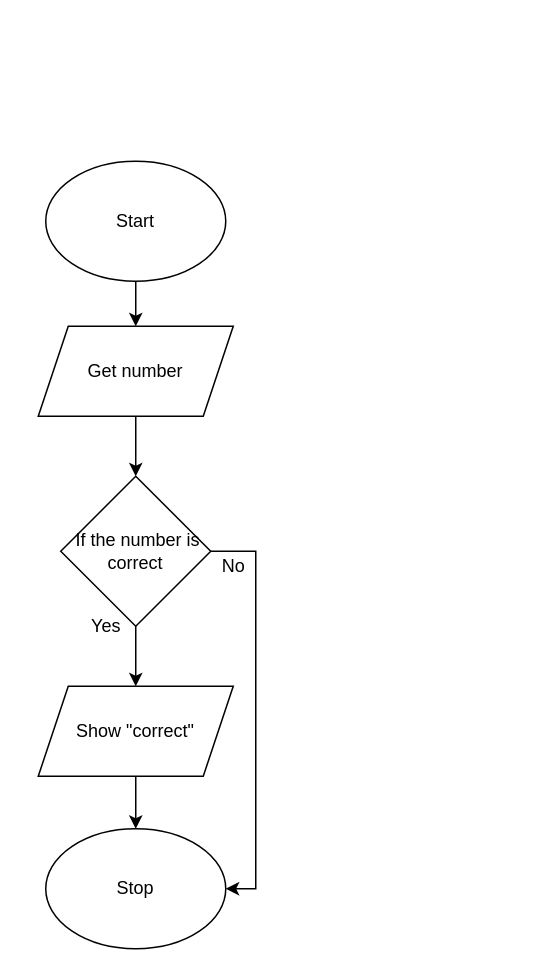
Above: flowchart.drawio in Aleksandr-Ten/ICS3U-Unit3-03-Python (draw.io), before the change. Source tidied: cells renumbered, new cells numbered last; positions are measured from the earlier drawing's top-left corner, leaving out a move shared by most shapes. Both pictures are drawn from the tidied source at 150%, with x=0, y=0 at pixel (38, 160).
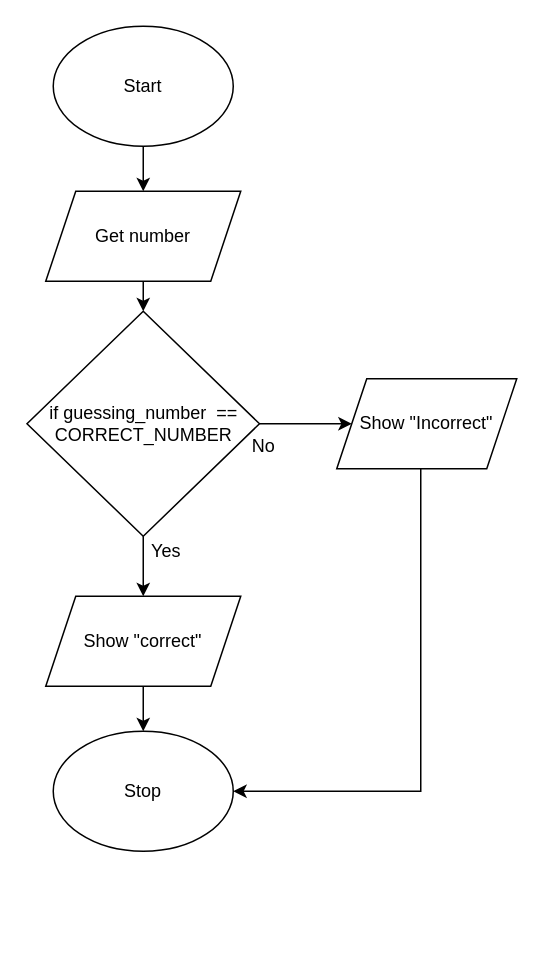
After the change.

Change to the diagram source:
```diff
@@
 <mxGraphModel>
   <root>
     <mxCell id="0" />
     <mxCell id="1" parent="0" />
     <mxCell id="2" style="edgeStyle=none;html=1;exitX=0.5;exitY=1;exitDx=0;exitDy=0;" parent="1" edge="1" source="3" target="5">
       <mxGeometry relative="1" as="geometry" />
     </mxCell>
     <mxCell id="3" value="Start" style="ellipse;whiteSpace=wrap;html=1;" parent="1" vertex="1">
-      <mxGeometry x="5" width="120" height="80" as="geometry" />
+      <mxGeometry x="10" y="-90" width="120" height="80" as="geometry" />
     </mxCell>
-    <mxCell id="4" style="edgeStyle=none;html=1;exitX=0.5;exitY=1;exitDx=0;exitDy=0;entryX=0.5;entryY=0;entryDx=0;entryDy=0;" parent="1" edge="1" source="5">
-      <mxGeometry relative="1" as="geometry">
-        <mxPoint x="65" y="210" as="targetPoint" />
-      </mxGeometry>
-    </mxCell>
+    <mxCell id="14" style="edgeStyle=none;html=1;" parent="1" edge="1" source="5" target="11">
+      <mxGeometry relative="1" as="geometry" />
+    </mxCell>
     <mxCell id="5" value="Get number" style="shape=parallelogram;perimeter=parallelogramPerimeter;whiteSpace=wrap;html=1;fixedSize=1;" parent="1" vertex="1">
-      <mxGeometry y="110" width="130" height="60" as="geometry" />
+      <mxGeometry x="5" y="20" width="130" height="60" as="geometry" />
     </mxCell>
     <mxCell id="6" style="edgeStyle=none;html=1;exitX=0.5;exitY=1;exitDx=0;exitDy=0;" parent="1" edge="1" source="11" target="8">
       <mxGeometry relative="1" as="geometry" />
     </mxCell>
     <mxCell id="7" style="edgeStyle=none;html=1;" parent="1" edge="1" source="8" target="9">
       <mxGeometry relative="1" as="geometry" />
     </mxCell>
     <mxCell id="8" value="Show &quot;correct&quot;" style="shape=parallelogram;perimeter=parallelogramPerimeter;whiteSpace=wrap;html=1;fixedSize=1;" parent="1" vertex="1">
-      <mxGeometry y="350" width="130" height="60" as="geometry" />
+      <mxGeometry x="5" y="290" width="130" height="60" as="geometry" />
     </mxCell>
     <mxCell id="9" value="Stop" style="ellipse;whiteSpace=wrap;html=1;" parent="1" vertex="1">
-      <mxGeometry x="5" y="445" width="120" height="80" as="geometry" />
+      <mxGeometry x="10" y="380" width="120" height="80" as="geometry" />
     </mxCell>
-    <mxCell id="10" style="edgeStyle=orthogonalEdgeStyle;html=1;exitX=1;exitY=0.5;exitDx=0;exitDy=0;rounded=0;entryX=1;entryY=0.5;entryDx=0;entryDy=0;" parent="1" edge="1" source="11" target="9">
-      <mxGeometry relative="1" as="geometry">
-        <Array as="points">
-          <mxPoint x="145" y="260" />
-          <mxPoint x="145" y="485" />
-        </Array>
-      </mxGeometry>
-    </mxCell>
+    <mxCell id="15" style="edgeStyle=none;html=1;exitX=1;exitY=0.5;exitDx=0;exitDy=0;" parent="1" edge="1" source="11" target="17">
+      <mxGeometry relative="1" as="geometry" />
+    </mxCell>
-    <mxCell id="11" value="&amp;nbsp;If the number is correct" style="rhombus;whiteSpace=wrap;html=1;" parent="1" vertex="1">
-      <mxGeometry x="15" y="210" width="100" height="100" as="geometry" />
+    <mxCell id="11" value="if guessing_number&amp;nbsp; == CORRECT_NUMBER" style="rhombus;whiteSpace=wrap;html=1;" parent="1" vertex="1">
+      <mxGeometry x="-7.5" y="100" width="155" height="150" as="geometry" />
     </mxCell>
+    <mxCell id="16" style="edgeStyle=orthogonalEdgeStyle;html=1;entryX=1;entryY=0.5;entryDx=0;entryDy=0;rounded=0;" parent="1" edge="1" source="17" target="9">
+      <mxGeometry relative="1" as="geometry">
+        <Array as="points">
+          <mxPoint x="255" y="420" />
+        </Array>
+      </mxGeometry>
+    </mxCell>
+    <mxCell id="17" value="Show &quot;Incorrect&quot;" style="shape=parallelogram;perimeter=parallelogramPerimeter;whiteSpace=wrap;html=1;fixedSize=1;" parent="1" vertex="1">
+      <mxGeometry x="199" y="145" width="120" height="60" as="geometry" />
+    </mxCell>
+    <mxCell id="13" value="No" style="text;html=1;align=center;verticalAlign=middle;fillColor=none;strokeColor=none;rounded=0;" parent="1" vertex="1">
+      <mxGeometry x="135" y="180" width="30" height="20" as="geometry" />
+    </mxCell>
     <mxCell id="12" value="Yes" style="text;html=1;align=center;verticalAlign=middle;fillColor=none;strokeColor=none;rounded=0;" parent="1" vertex="1">
-      <mxGeometry x="25" y="300" width="40" height="20" as="geometry" />
+      <mxGeometry x="65" y="250" width="40" height="20" as="geometry" />
     </mxCell>
-    <mxCell id="13" value="No" style="text;html=1;align=center;verticalAlign=middle;fillColor=none;strokeColor=none;rounded=0;" parent="1" vertex="1">
-      <mxGeometry x="115" y="260" width="30" height="20" as="geometry" />
-    </mxCell>
   </root>
 </mxGraphModel>
```
